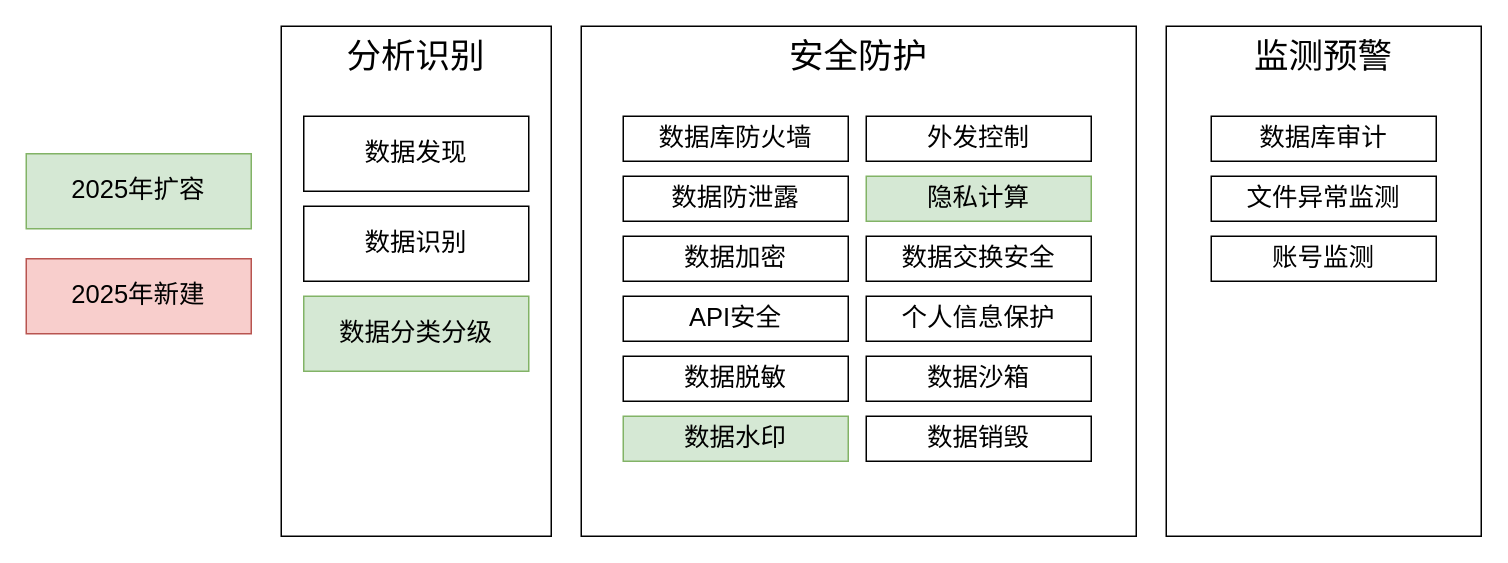
razor/1102_decoration keeps this draw.io diagram as page "数据安全" (4 of 5) of 2024安全技术能力全景图.drawio. Above is the earlier version. Source tidied: cells renumbered, new cells numbered last; positions are measured from the earlier drawing's top-left corner, leaving out a move shared by most shapes. Both pictures are drawn from the tidied source at 150%, with x=0, y=0 at pixel (26, 26).
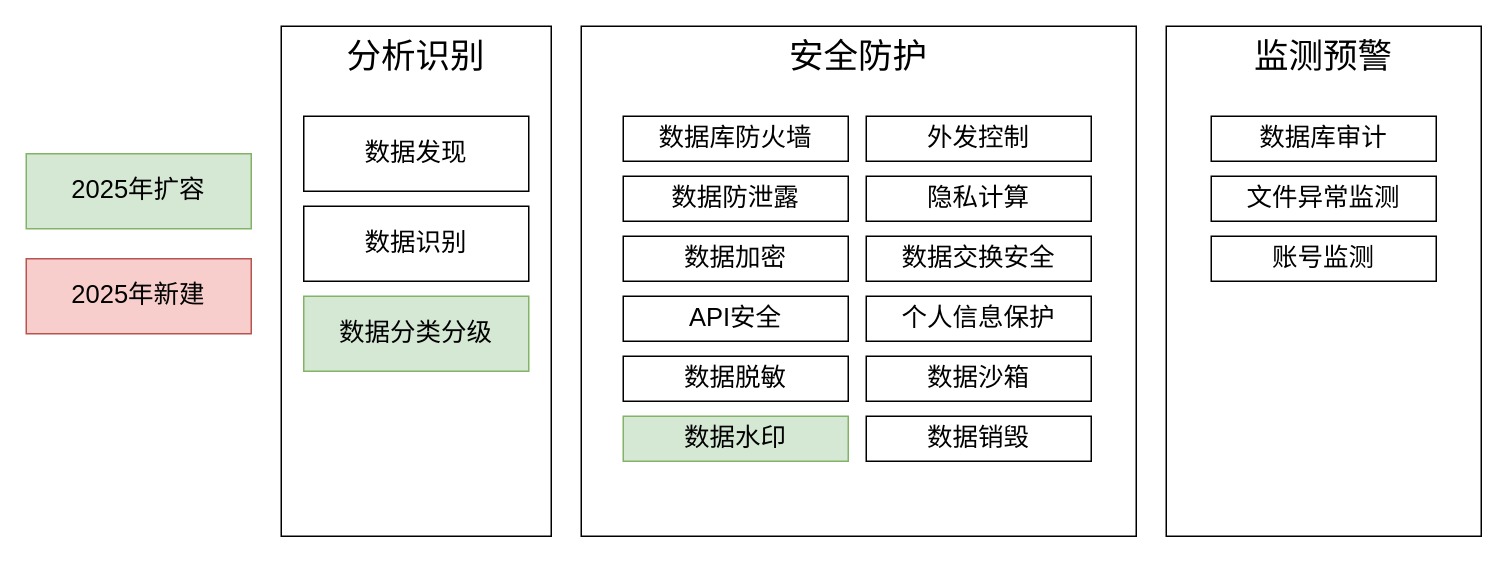
Above is the later version.

Change to the diagram source:
```diff
@@
-    <mxCell id="10" value="&lt;span style=&quot;font-size: 17px;&quot;&gt;隐私计算&lt;/span&gt;" style="rounded=0;whiteSpace=wrap;html=1;fontStyle=0;fillColor=#d5e8d4;strokeColor=#82b366;" parent="1" vertex="1">
+    <mxCell id="10" value="&lt;span style=&quot;font-size: 17px;&quot;&gt;隐私计算&lt;/span&gt;" style="rounded=0;whiteSpace=wrap;html=1;fontStyle=0;" parent="1" vertex="1">
       <mxGeometry x="560" y="100" width="150" height="30" as="geometry" />
     </mxCell>
```
